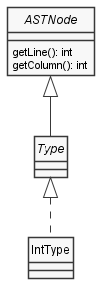
JonathanAriass/dlp-examen keeps this PlantUML diagram as docs/diagrams/Types.png. Above is the earlier version. The source it was exported from:
```plantuml
@startuml Types
skinparam style strictuml
skinparam monochrome true

interface ASTNode {
    getLine(): int
    getColumn(): int
}

interface Type

ASTNode <|-- Type

class IntType

Type <|.. IntType

@enduml
```
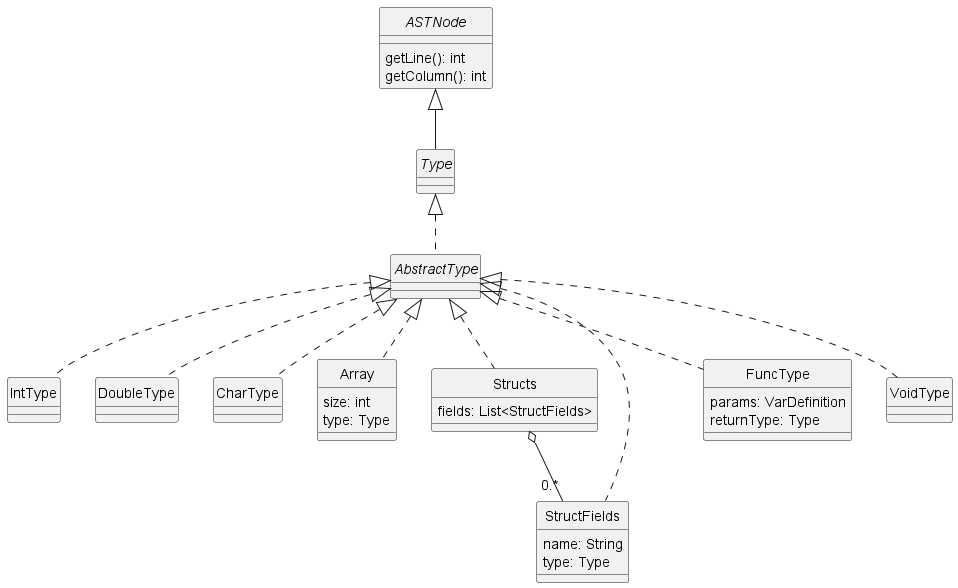
After the change.

Change to the diagram source:
```diff
@@ -11,8 +11,53 @@
 
 ASTNode <|-- Type
 
+abstract AbstractType
+
+Type <|.. AbstractType
+
 class IntType
 
-Type <|.. IntType
+AbstractType <|.. IntType
+
+class DoubleType
+
+AbstractType <|.. DoubleType
+
+class CharType
+
+AbstractType <|.. CharType
+
+class Array {
+    size: int
+    type: Type
+}
+
+AbstractType <|.. Array
+
+class Structs {
+    fields: List<StructFields>
+}
+
+Structs  o-- "0.*" StructFields
+
+class StructFields implements AbstractType {
+    name: String
+    type: Type
+}
+
+AbstractType <|.. Structs
+
+class FuncType {
+    params: VarDefinition
+    returnType: Type
+}
+
+AbstractType <|.. FuncType
+
+class VoidType {
+
+}
+
+AbstractType <|.. VoidType
 
 @enduml
```
